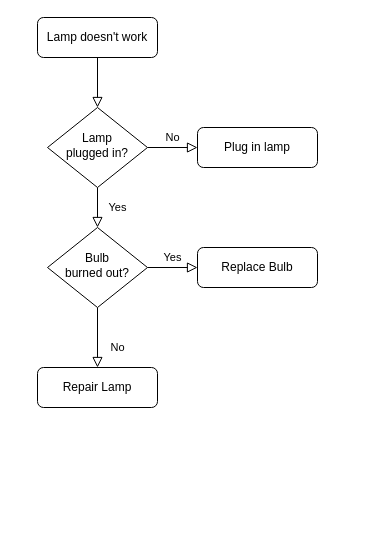
Before: embed_app_exp3.drawio in doushabao7466/firstGit, a draw.io diagram. Source tidied: cells renumbered, new cells numbered last; positions are measured from the earlier drawing's top-left corner, leaving out a move shared by most shapes. Both pictures are drawn from the tidied source at 100%, with x=0, y=0 at pixel (37, 17).
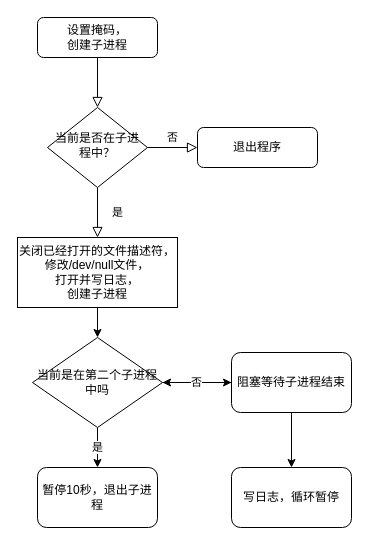
After the change.

What changed in the source:
```diff
@@
 <mxGraphModel>
   <root>
     <mxCell id="0" />
     <mxCell id="1" parent="0" />
     <mxCell id="2" style="rounded=0;html=1;jettySize=auto;fontSize=11;endArrow=block;endFill=0;endSize=8;strokeWidth=1;shadow=0;labelBackgroundColor=none;edgeStyle=orthogonalEdgeStyle;" parent="1" edge="1" source="3" target="6">
       <mxGeometry relative="1" as="geometry" />
     </mxCell>
-    <mxCell id="3" value="Lamp doesn't work" style="rounded=1;whiteSpace=wrap;html=1;fontSize=12;glass=0;strokeWidth=1;shadow=0;" parent="1" vertex="1">
+    <mxCell id="3" value="设置掩码，&lt;br&gt;创建子进程" style="rounded=1;whiteSpace=wrap;html=1;fontSize=12;glass=0;strokeWidth=1;shadow=0;" parent="1" vertex="1">
       <mxGeometry width="120" height="40" as="geometry" />
     </mxCell>
-    <mxCell id="4" value="Yes" style="rounded=0;html=1;jettySize=auto;fontSize=11;endArrow=block;endFill=0;endSize=8;strokeWidth=1;shadow=0;labelBackgroundColor=none;edgeStyle=orthogonalEdgeStyle;" parent="1" edge="1" source="6" target="10">
+    <mxCell id="4" value="是" style="rounded=0;html=1;jettySize=auto;fontSize=11;endArrow=block;endFill=0;endSize=8;strokeWidth=1;shadow=0;labelBackgroundColor=none;edgeStyle=orthogonalEdgeStyle;entryX=0.5;entryY=0;entryDx=0;entryDy=0;entryPerimeter=0;" parent="1" edge="1" source="6" target="14">
       <mxGeometry y="20" relative="1" as="geometry" />
     </mxCell>
-    <mxCell id="5" value="No" style="edgeStyle=orthogonalEdgeStyle;rounded=0;html=1;jettySize=auto;fontSize=11;endArrow=block;endFill=0;endSize=8;strokeWidth=1;shadow=0;labelBackgroundColor=none;" parent="1" edge="1" source="6" target="7">
+    <mxCell id="5" value="否" style="edgeStyle=orthogonalEdgeStyle;rounded=0;html=1;jettySize=auto;fontSize=11;endArrow=block;endFill=0;endSize=8;strokeWidth=1;shadow=0;labelBackgroundColor=none;" parent="1" edge="1" source="6" target="7">
       <mxGeometry y="10" relative="1" as="geometry" />
     </mxCell>
-    <mxCell id="6" value="Lamp&lt;br&gt;plugged in?" style="rhombus;whiteSpace=wrap;html=1;shadow=0;fontFamily=Helvetica;fontSize=12;align=center;strokeWidth=1;spacing=6;spacingTop=-4;" parent="1" vertex="1">
+    <mxCell id="6" value="当前是否在子进程中？" style="rhombus;whiteSpace=wrap;html=1;shadow=0;fontFamily=Helvetica;fontSize=12;align=center;strokeWidth=1;spacing=6;spacingTop=-4;" parent="1" vertex="1">
       <mxGeometry x="10" y="90" width="100" height="80" as="geometry" />
     </mxCell>
-    <mxCell id="7" value="Plug in lamp" style="rounded=1;whiteSpace=wrap;html=1;fontSize=12;glass=0;strokeWidth=1;shadow=0;" parent="1" vertex="1">
+    <mxCell id="7" value="退出程序" style="rounded=1;whiteSpace=wrap;html=1;fontSize=12;glass=0;strokeWidth=1;shadow=0;" parent="1" vertex="1">
       <mxGeometry x="160" y="110" width="120" height="40" as="geometry" />
     </mxCell>
-    <mxCell id="8" value="No" style="rounded=0;html=1;jettySize=auto;fontSize=11;endArrow=block;endFill=0;endSize=8;strokeWidth=1;shadow=0;labelBackgroundColor=none;edgeStyle=orthogonalEdgeStyle;" parent="1" edge="1" source="10" target="11">
-      <mxGeometry x="0.33" y="20" relative="1" as="geometry" />
-    </mxCell>
-    <mxCell id="9" value="Yes" style="edgeStyle=orthogonalEdgeStyle;rounded=0;html=1;jettySize=auto;fontSize=11;endArrow=block;endFill=0;endSize=8;strokeWidth=1;shadow=0;labelBackgroundColor=none;" parent="1" edge="1" source="10" target="12">
-      <mxGeometry y="10" relative="1" as="geometry" />
-    </mxCell>
-    <mxCell id="10" value="Bulb&lt;br&gt;burned out?" style="rhombus;whiteSpace=wrap;html=1;shadow=0;fontFamily=Helvetica;fontSize=12;align=center;strokeWidth=1;spacing=6;spacingTop=-4;" parent="1" vertex="1">
-      <mxGeometry x="10" y="210" width="100" height="80" as="geometry" />
-    </mxCell>
-    <mxCell id="11" value="Repair Lamp" style="rounded=1;whiteSpace=wrap;html=1;fontSize=12;glass=0;strokeWidth=1;shadow=0;" parent="1" vertex="1">
-      <mxGeometry y="350" width="120" height="40" as="geometry" />
-    </mxCell>
-    <mxCell id="12" value="Replace Bulb" style="rounded=1;whiteSpace=wrap;html=1;fontSize=12;glass=0;strokeWidth=1;shadow=0;" parent="1" vertex="1">
-      <mxGeometry x="160" y="230" width="120" height="40" as="geometry" />
-    </mxCell>
+    <mxCell id="13" style="edgeStyle=orthogonalEdgeStyle;rounded=0;jettySize=auto;html=1;entryX=0.5;entryY=0;entryDx=0;entryDy=0;" parent="1" edge="1" source="14" target="17">
+      <mxGeometry relative="1" as="geometry" />
+    </mxCell>
+    <mxCell id="14" value="关闭已经打开的文件描述符，&lt;br&gt;修改/dev/null文件，&lt;br&gt;打开并写日志，&lt;br&gt;创建子进程" style="rounded=0;whiteSpace=wrap;html=1;" parent="1" vertex="1">
+      <mxGeometry x="-20" y="220" width="160" height="70" as="geometry" />
+    </mxCell>
+    <mxCell id="15" style="edgeStyle=orthogonalEdgeStyle;rounded=0;jettySize=auto;html=1;entryX=0;entryY=0.5;entryDx=0;entryDy=0;" parent="1" edge="1" source="17" target="20">
+      <mxGeometry relative="1" as="geometry" />
+    </mxCell>
+    <mxCell id="16" value="是" style="edgeStyle=orthogonalEdgeStyle;rounded=0;jettySize=auto;html=1;entryX=0.5;entryY=0;entryDx=0;entryDy=0;" parent="1" edge="1" source="17" target="22">
+      <mxGeometry relative="1" as="geometry" />
+    </mxCell>
+    <mxCell id="17" value="当前是在第二个子进程中吗" style="rhombus;whiteSpace=wrap;html=1;" parent="1" vertex="1">
+      <mxGeometry x="-5" y="320" width="130" height="90" as="geometry" />
+    </mxCell>
+    <mxCell id="18" value="否" style="edgeStyle=orthogonalEdgeStyle;rounded=0;jettySize=auto;html=1;" parent="1" edge="1" source="20" target="17">
+      <mxGeometry relative="1" as="geometry" />
+    </mxCell>
+    <mxCell id="19" style="edgeStyle=orthogonalEdgeStyle;rounded=0;jettySize=auto;html=1;" parent="1" edge="1" source="20" target="21">
+      <mxGeometry relative="1" as="geometry" />
+    </mxCell>
+    <mxCell id="20" value="阻塞等待子进程结束" style="rounded=1;whiteSpace=wrap;html=1;" parent="1" vertex="1">
+      <mxGeometry x="194" y="335" width="120" height="60" as="geometry" />
+    </mxCell>
+    <mxCell id="21" value="写日志，循环暂停" style="rounded=1;whiteSpace=wrap;html=1;" parent="1" vertex="1">
+      <mxGeometry x="194" y="450" width="120" height="60" as="geometry" />
+    </mxCell>
+    <mxCell id="22" value="暂停10秒，退出子进程" style="rounded=1;whiteSpace=wrap;html=1;" parent="1" vertex="1">
+      <mxGeometry y="450" width="120" height="60" as="geometry" />
+    </mxCell>
   </root>
 </mxGraphModel>
```
